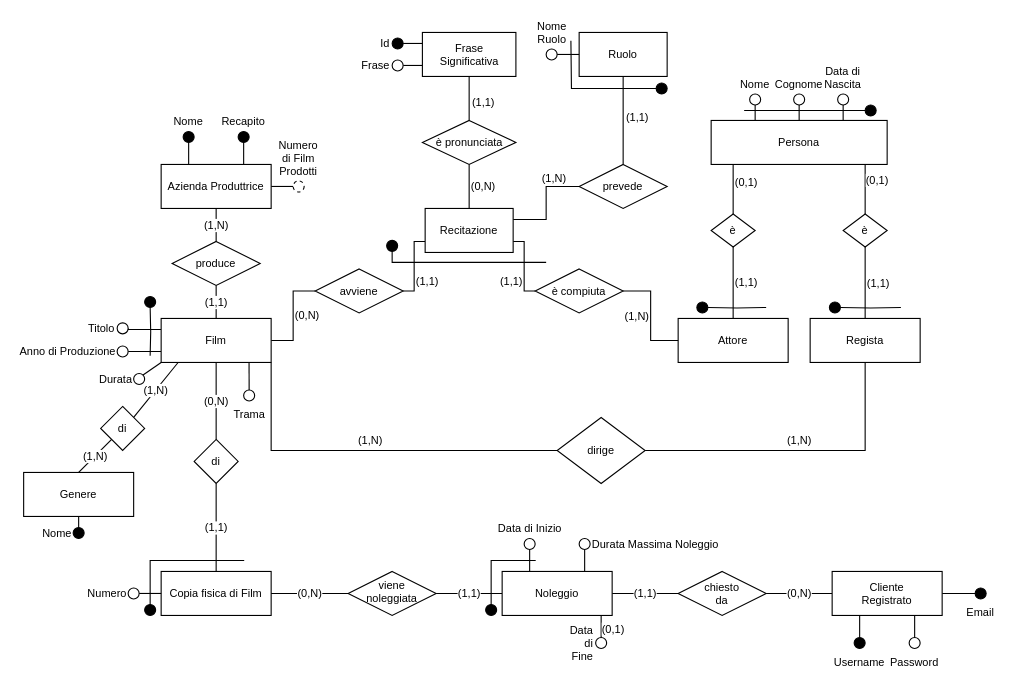
lazylace37/uni_basi_di_dati_lab keeps this draw.io diagram as page "ER-Ristrutturato" (3 of 3) of ER.drawio. Above is the earlier version. Source tidied: cells renumbered, new cells numbered last; positions are measured from the earlier drawing's top-left corner, leaving out a move shared by most shapes. Both pictures are drawn from the tidied source at 110%, with x=0, y=0 at pixel (23, 32).
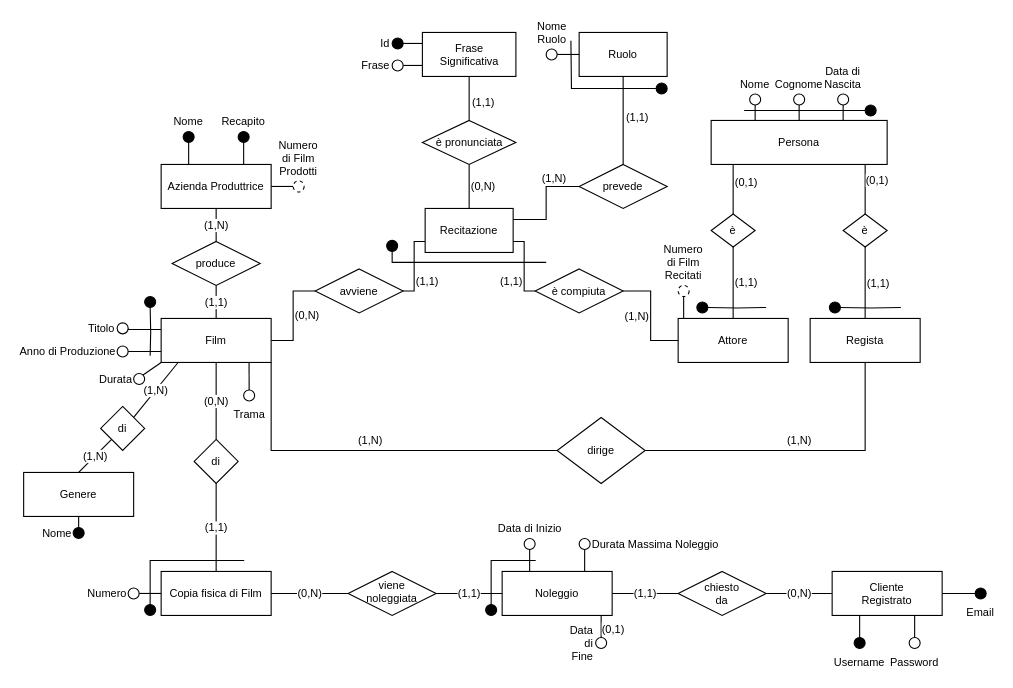
Above is the later version.

The change refers to these unchanged cells:
```xml
<mxCell id="8" value="Attore" style="whiteSpace=wrap;html=1;align=center;fontSize=10;" parent="1" vertex="1">
  <mxGeometry x="595" y="260" width="100" height="40" as="geometry" />
</mxCell>
```

The edit, as a diff of the source:
```diff
@@
+    <mxCell id="115" style="edgeStyle=orthogonalEdgeStyle;rounded=0;jettySize=auto;html=1;exitX=0.25;exitY=0;exitDx=0;exitDy=0;entryX=0.5;entryY=1;entryDx=0;entryDy=0;endArrow=none;endFill=0;" parent="1" edge="1" source="8" target="116">
+      <mxGeometry relative="1" as="geometry" />
+    </mxCell>
@@
+    <mxCell id="116" value="Numero di Film Recitati" style="ellipse;whiteSpace=wrap;html=1;align=center;labelPosition=center;verticalLabelPosition=top;verticalAlign=bottom;fillColor=default;dashed=1;fontSize=10;" parent="1" vertex="1">
+      <mxGeometry x="595" y="230" width="10" height="10" as="geometry" />
+    </mxCell>
```
